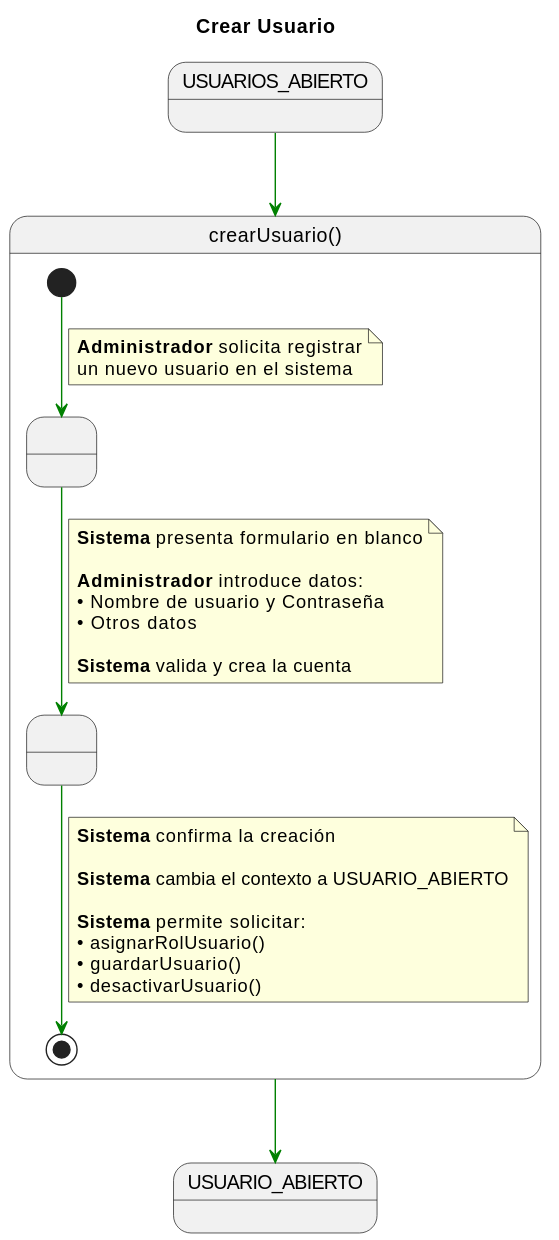
This is documents/CasosDeUso/DetalladoCasosDeUso/Administrador/crearUsuario.svg from enmabry/25-26-IdSw1-SdR, a PlantUML export, as it was before one commit. Its diagram source:
```plantuml
@startuml
title Crear Usuario
skinparam linetype polyline

state USUARIOS_ABIERTO_INICIAL as "USUARIOS_ABIERTO"
state USUARIO_ABIERTO_FINAL as "USUARIO_ABIERTO"

USUARIOS_ABIERTO_INICIAL -[#green]-> crearUsuario

state crearUsuario as "crearUsuario()" {

    state " " as FormularioDatos
    state " " as UsuarioRegistrado

    [*] -[#green]-> FormularioDatos
    note on link
    <b>Administrador</b> solicita registrar
    un nuevo usuario en el sistema
    end note

    FormularioDatos -[#green]-> UsuarioRegistrado
    note on link
    <b>Sistema</b> presenta formulario en blanco

    <b>Administrador</b> introduce datos:
    • Nombre de usuario y Contraseña
    • Otros datos

    <b>Sistema</b> valida y crea la cuenta
    end note

    UsuarioRegistrado -[#green]-> [*]
    note on link
    <b>Sistema</b> confirma la creación

    <b>Sistema</b> cambia el contexto a USUARIO_ABIERTO

    <b>Sistema</b> permite solicitar:
    • asignarRolUsuario()
    • guardarUsuario()
    • desactivarUsuario()
    end note

}

crearUsuario -[#green]-> USUARIO_ABIERTO_FINAL
@enduml
```
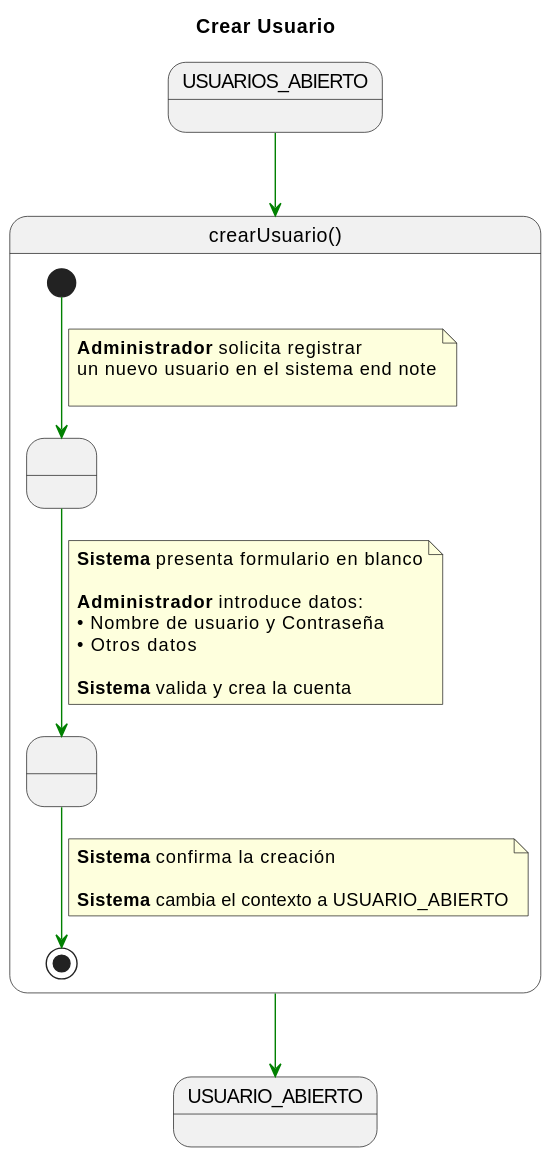
Later version of the same file.

Change to the diagram source:
```diff
@@ -15,7 +15,8 @@
     [*] -[#green]-> FormularioDatos
     note on link
     <b>Administrador</b> solicita registrar
-    un nuevo usuario en el sistema
+    un nuevo usuario en el sistema end note
+
     end note
 
     FormularioDatos -[#green]-> UsuarioRegistrado
@@ -34,11 +35,6 @@
     <b>Sistema</b> confirma la creación
 
     <b>Sistema</b> cambia el contexto a USUARIO_ABIERTO
-
-    <b>Sistema</b> permite solicitar:
-    • asignarRolUsuario()
-    • guardarUsuario()
-    • desactivarUsuario()
     end note
 
 }
```
